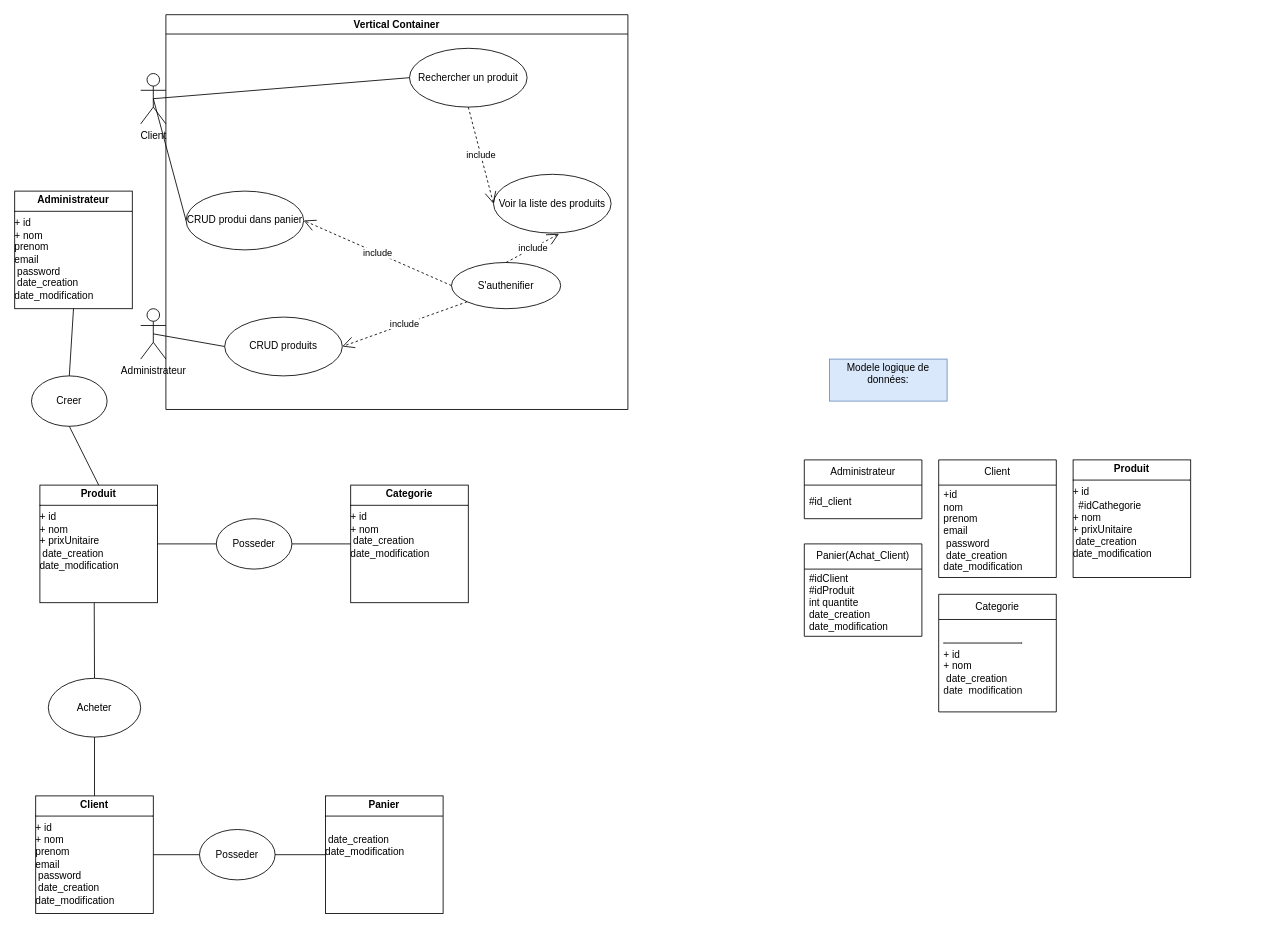
Before: autres/diagrammes/diagrammes.drawio in jo17-dev/AimeRoad-eShop, a draw.io diagram. Source tidied: cells renumbered, new cells numbered last; positions are measured from the earlier drawing's top-left corner, leaving out a move shared by most shapes. Both pictures are drawn from the tidied source at 84%, with x=0, y=0 at pixel (14, 14).
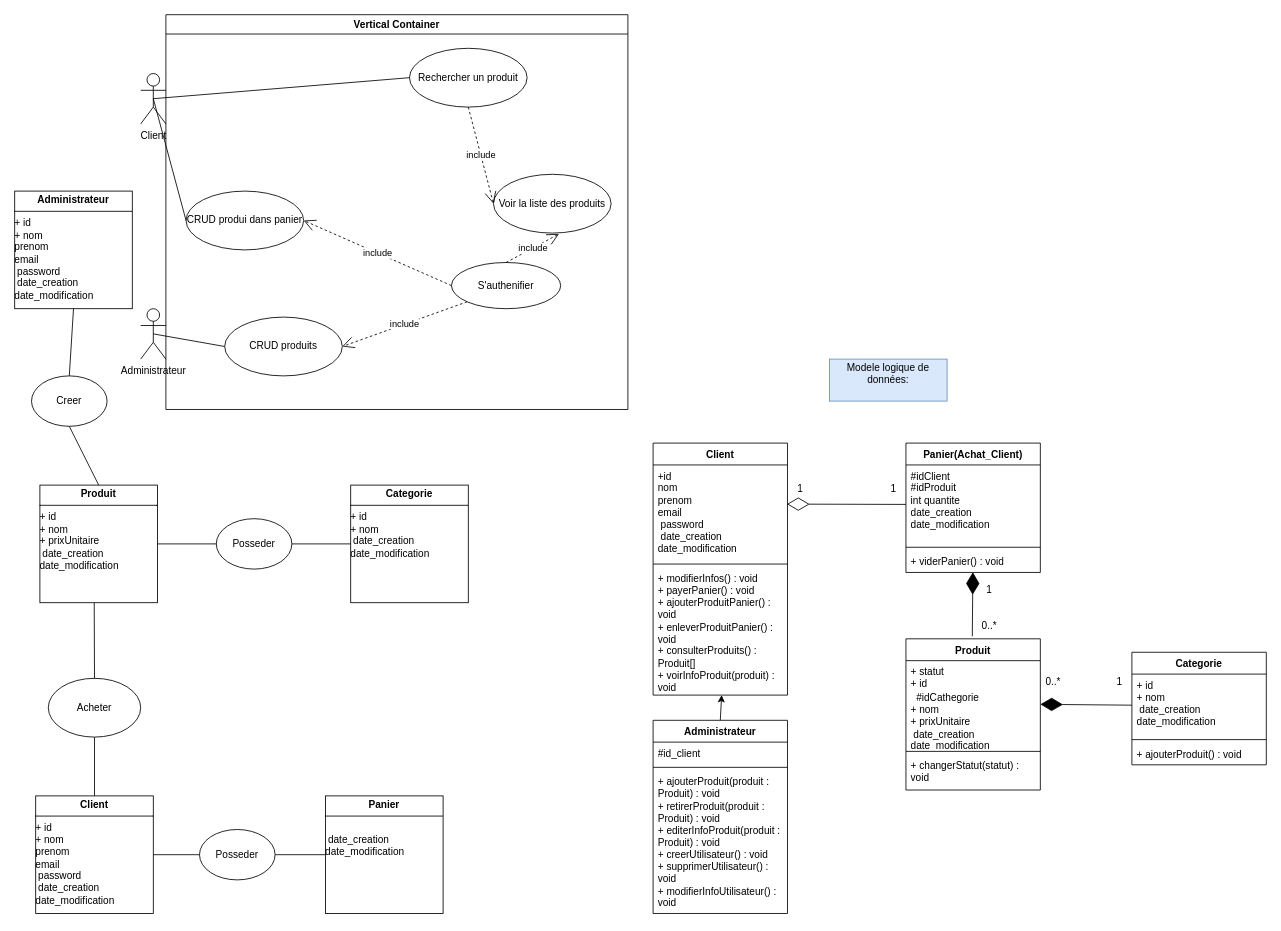
The same diagram, later.

Commit message:
Modif Diagramme classes

Change to the diagram source:
```diff
@@
+    <mxCell id="36" value="Modele logique de données:&lt;div&gt;&lt;br&gt;&lt;/div&gt;" style="text;html=1;align=center;verticalAlign=middle;whiteSpace=wrap;rounded=0;fillColor=#dae8fc;strokeColor=#6c8ebf;" parent="1" vertex="1">
+      <mxGeometry x="970" y="410" width="140" height="50" as="geometry" />
+    </mxCell>
-    <mxCell id="34" value="Administrateur" style="swimlane;fontStyle=0;horizontal=1;startSize=30;whiteSpace=wrap;html=1;" parent="1" vertex="1">
-      <mxGeometry x="940" y="530" width="140" height="70" as="geometry" />
+    <mxCell id="34" value="Administrateur" style="swimlane;fontStyle=1;align=center;verticalAlign=top;horizontal=1;startSize=26;whiteSpace=wrap;html=1;" parent="1" vertex="1">
+      <mxGeometry x="760" y="840" width="160" height="230" as="geometry" />
     </mxCell>
-    <mxCell id="35" value="#id_client" style="text;strokeColor=none;fillColor=none;align=left;verticalAlign=middle;spacingLeft=4;spacingRight=4;overflow=hidden;whiteSpace=wrap;html=1;" parent="34" vertex="1">
-      <mxGeometry y="30" width="140" height="40" as="geometry" />
+    <mxCell id="35" value="#id_client" style="text;strokeColor=none;fillColor=none;align=left;verticalAlign=top;spacingLeft=4;spacingRight=4;overflow=hidden;whiteSpace=wrap;html=1;" parent="34" vertex="1">
+      <mxGeometry y="26" width="160" height="26" as="geometry" />
     </mxCell>
-    <mxCell id="36" value="Modele logique de données:&lt;div&gt;&lt;br&gt;&lt;/div&gt;" style="text;html=1;align=center;verticalAlign=middle;whiteSpace=wrap;rounded=0;fillColor=#dae8fc;strokeColor=#6c8ebf;" parent="1" vertex="1">
-      <mxGeometry x="970" y="410" width="140" height="50" as="geometry" />
-    </mxCell>
+    <mxCell id="44" style="line;strokeWidth=1;fillColor=none;align=left;verticalAlign=middle;spacingTop=-1;spacingLeft=3;spacingRight=3;labelPosition=right;strokeColor=inherit;" parent="34" vertex="1">
+      <mxGeometry y="52" width="160" height="8" as="geometry" />
+    </mxCell>
+    <mxCell id="45" value="+ ajouterProduit(produit : Produit) : void&lt;div&gt;+ retirerProduit(produit : Produit) : void&lt;/div&gt;&lt;div&gt;+ editerInfoProduit(produit : Produit) : void&lt;/div&gt;&lt;div&gt;+ creerUtilisateur() : void&lt;/div&gt;&lt;div&gt;+ supprimerUtilisateur() : void&lt;/div&gt;&lt;div&gt;+ modifierInfoUtilisateur() : void&lt;br&gt;&lt;div&gt;&lt;br&gt;&lt;div&gt;&lt;br&gt;&lt;/div&gt;&lt;/div&gt;&lt;/div&gt;" style="text;strokeColor=none;fillColor=none;align=left;verticalAlign=top;spacingLeft=4;spacingRight=4;overflow=hidden;whiteSpace=wrap;html=1;" parent="34" vertex="1">
+      <mxGeometry y="60" width="160" height="170" as="geometry" />
+    </mxCell>
-    <mxCell id="37" value="Client" style="swimlane;fontStyle=0;horizontal=1;startSize=30;whiteSpace=wrap;html=1;" parent="1" vertex="1">
-      <mxGeometry x="1100" y="530" width="140" height="140" as="geometry" />
+    <mxCell id="37" value="Client&lt;div&gt;&lt;br&gt;&lt;/div&gt;" style="swimlane;fontStyle=1;align=center;verticalAlign=top;horizontal=1;startSize=26;whiteSpace=wrap;html=1;" parent="1" vertex="1">
+      <mxGeometry x="760" y="510" width="160" height="300" as="geometry" />
     </mxCell>
-    <mxCell id="38" value="+id&lt;br&gt;nom&lt;br&gt;prenom&lt;br&gt;email&lt;br&gt;&amp;nbsp;password&lt;br&gt;&amp;nbsp;date_creation&lt;br&gt;date_modification" style="text;strokeColor=none;fillColor=none;align=left;verticalAlign=middle;spacingLeft=4;spacingRight=4;overflow=hidden;points=[[0,0.5],[1,0.5]];portConstraint=eastwest;whiteSpace=wrap;html=1;" parent="37" vertex="1">
-      <mxGeometry y="30" width="140" height="110" as="geometry" />
+    <mxCell id="38" value="+id&lt;br&gt;nom&lt;br&gt;prenom&lt;br&gt;email&lt;br&gt;&amp;nbsp;password&lt;br&gt;&amp;nbsp;date_creation&lt;br&gt;date_modification&lt;div&gt;&lt;br&gt;&lt;/div&gt;" style="text;strokeColor=none;fillColor=none;align=left;verticalAlign=top;spacingLeft=4;spacingRight=4;overflow=hidden;points=[[0,0.5],[1,0.5]];portConstraint=eastwest;whiteSpace=wrap;html=1;" parent="37" vertex="1">
+      <mxGeometry y="26" width="160" height="114" as="geometry" />
     </mxCell>
-    <mxCell id="39" value="&lt;p style=&quot;margin:0px;margin-top:4px;text-align:center;&quot;&gt;&lt;b&gt;Produit&lt;/b&gt;&lt;/p&gt;&lt;hr size=&quot;1&quot; style=&quot;border-style:solid;&quot;&gt;&lt;div style=&quot;height:2px;&quot;&gt;+ id&lt;/div&gt;&lt;div style=&quot;height:2px;&quot;&gt;&lt;br&gt;&amp;nbsp; #idCathegorie&lt;br&gt;+ nom&lt;br&gt;+ prixUnitaire&lt;br&gt;&amp;nbsp;date_creation&lt;br&gt;date_modification&lt;/div&gt;" style="verticalAlign=top;align=left;overflow=fill;html=1;whiteSpace=wrap;" parent="1" vertex="1">
-      <mxGeometry x="1260" y="530" width="140" height="140" as="geometry" />
-    </mxCell>
+    <mxCell id="46" style="line;strokeWidth=1;fillColor=none;align=left;verticalAlign=middle;spacingTop=-1;spacingLeft=3;spacingRight=3;labelPosition=right;strokeColor=inherit;" parent="37" vertex="1">
+      <mxGeometry y="140" width="160" height="8" as="geometry" />
+    </mxCell>
+    <mxCell id="47" value="+ modifierInfos() : void&lt;div&gt;+ payerPanier() : void&lt;/div&gt;&lt;div&gt;+ ajouterProduitPanier() : void&lt;/div&gt;&lt;div&gt;+ enleverProduitPanier() : void&lt;/div&gt;&lt;div&gt;+ consulterProduits() : Produit[]&lt;/div&gt;&lt;div&gt;+ voirInfoProduit(produit) : void&lt;/div&gt;" style="text;strokeColor=none;fillColor=none;align=left;verticalAlign=top;spacingLeft=4;spacingRight=4;overflow=hidden;points=[[0,0.5],[1,0.5]];portConstraint=eastwest;whiteSpace=wrap;html=1;" parent="37" vertex="1">
+      <mxGeometry y="148" width="160" height="152" as="geometry" />
+    </mxCell>
+    <mxCell id="42" value="Categorie" style="swimlane;fontStyle=1;align=center;verticalAlign=top;horizontal=1;startSize=26;whiteSpace=wrap;html=1;" parent="1" vertex="1">
+      <mxGeometry x="1330" y="759" width="160" height="134" as="geometry" />
+    </mxCell>
+    <mxCell id="43" value="+ id&lt;br&gt;+ nom&lt;br&gt;&amp;nbsp;date_creation&lt;br&gt;date_modification" style="text;strokeColor=none;fillColor=none;align=left;verticalAlign=top;spacingLeft=4;spacingRight=4;overflow=hidden;points=[[0,0.5],[1,0.5]];portConstraint=eastwest;whiteSpace=wrap;html=1;" parent="42" vertex="1">
+      <mxGeometry y="26" width="160" height="74" as="geometry" />
+    </mxCell>
+    <mxCell id="48" style="line;strokeWidth=1;fillColor=none;align=left;verticalAlign=middle;spacingTop=-1;spacingLeft=3;spacingRight=3;labelPosition=right;strokeColor=inherit;" parent="42" vertex="1">
+      <mxGeometry y="100" width="160" height="8" as="geometry" />
+    </mxCell>
+    <mxCell id="49" value="+ ajouterProduit() : void" style="text;strokeColor=none;fillColor=none;align=left;verticalAlign=top;spacingLeft=4;spacingRight=4;overflow=hidden;whiteSpace=wrap;html=1;" parent="42" vertex="1">
+      <mxGeometry y="108" width="160" height="26" as="geometry" />
+    </mxCell>
-    <mxCell id="40" value="Panier(Achat_Client)" style="swimlane;fontStyle=0;horizontal=1;startSize=30;whiteSpace=wrap;html=1;" parent="1" vertex="1">
-      <mxGeometry x="940" y="630" width="140" height="110" as="geometry" />
+    <mxCell id="40" value="Panier(Achat_Client)" style="swimlane;fontStyle=1;align=center;verticalAlign=top;horizontal=1;startSize=26;whiteSpace=wrap;html=1;" parent="1" vertex="1">
+      <mxGeometry x="1061" y="510" width="160" height="154" as="geometry" />
     </mxCell>
-    <mxCell id="41" value="&lt;div&gt;#idClient&lt;/div&gt;&lt;div&gt;#idProduit&lt;br&gt;int quantite&lt;/div&gt;date_creation&lt;br&gt;date_modification" style="text;strokeColor=none;fillColor=none;align=left;verticalAlign=middle;spacingLeft=4;spacingRight=4;overflow=hidden;points=[[0,0.5],[1,0.5]];portConstraint=eastwest;whiteSpace=wrap;html=1;" parent="40" vertex="1">
-      <mxGeometry y="30" width="140" height="80" as="geometry" />
+    <mxCell id="41" value="&lt;div&gt;#idClient&lt;/div&gt;&lt;div&gt;#idProduit&lt;br&gt;int quantite&lt;/div&gt;date_creation&lt;br&gt;date_modification" style="text;strokeColor=none;fillColor=none;align=left;verticalAlign=top;spacingLeft=4;spacingRight=4;overflow=hidden;points=[[0,0.5],[1,0.5]];portConstraint=eastwest;whiteSpace=wrap;html=1;" parent="40" vertex="1">
+      <mxGeometry y="26" width="160" height="94" as="geometry" />
     </mxCell>
-    <mxCell id="42" value="Categorie" style="swimlane;fontStyle=0;horizontal=1;startSize=30;whiteSpace=wrap;html=1;" parent="1" vertex="1">
-      <mxGeometry x="1100" y="690" width="140" height="140" as="geometry" />
-    </mxCell>
-    <mxCell id="43" value="&lt;hr style=&quot;border-style: solid;&quot; size=&quot;1&quot;&gt;&lt;div style=&quot;height: 2px;&quot;&gt;+ id&lt;br&gt;+ nom&lt;br&gt;&amp;nbsp;date_creation&lt;br&gt;date_modification&lt;/div&gt;" style="text;strokeColor=none;fillColor=none;align=left;verticalAlign=middle;spacingLeft=4;spacingRight=4;overflow=hidden;points=[[0,0.5],[1,0.5]];portConstraint=eastwest;whiteSpace=wrap;html=1;" parent="42" vertex="1">
-      <mxGeometry y="30" width="140" height="110" as="geometry" />
-    </mxCell>
+    <mxCell id="50" style="line;strokeWidth=1;fillColor=none;align=left;verticalAlign=middle;spacingTop=-1;spacingLeft=3;spacingRight=3;labelPosition=right;strokeColor=inherit;" parent="40" vertex="1">
+      <mxGeometry y="120" width="160" height="8" as="geometry" />
+    </mxCell>
+    <mxCell id="51" value="+ viderPanier() : void" style="text;strokeColor=none;fillColor=none;align=left;verticalAlign=top;spacingLeft=4;spacingRight=4;overflow=hidden;points=[[0,0.5],[1,0.5]];portConstraint=eastwest;whiteSpace=wrap;html=1;" parent="40" vertex="1">
+      <mxGeometry y="128" width="160" height="26" as="geometry" />
+    </mxCell>
+    <mxCell id="52" value="Produit" style="swimlane;fontStyle=1;align=center;verticalAlign=top;horizontal=1;startSize=26;whiteSpace=wrap;html=1;" parent="1" vertex="1">
+      <mxGeometry x="1061" y="743" width="160" height="180" as="geometry" />
+    </mxCell>
+    <mxCell id="53" value="&lt;div style=&quot;height: 2px;&quot;&gt;+ statut&lt;/div&gt;&lt;div style=&quot;height: 2px;&quot;&gt;&lt;br&gt;&lt;/div&gt;&lt;div style=&quot;height: 2px;&quot;&gt;&lt;br&gt;&lt;/div&gt;&lt;div style=&quot;height: 2px;&quot;&gt;&lt;br&gt;&lt;/div&gt;&lt;div style=&quot;height: 2px;&quot;&gt;&lt;br&gt;&lt;/div&gt;&lt;div style=&quot;height: 2px;&quot;&gt;&lt;br&gt;&lt;/div&gt;&lt;div style=&quot;height: 2px;&quot;&gt;&lt;br&gt;&lt;/div&gt;&lt;div style=&quot;height: 2px;&quot;&gt;+ id&lt;/div&gt;&lt;div style=&quot;height: 2px;&quot;&gt;&lt;br&gt;&amp;nbsp; #idCathegorie&lt;br&gt;+ nom&lt;br&gt;+ prixUnitaire&lt;br&gt;&amp;nbsp;date_creation&lt;br&gt;date_modification&lt;/div&gt;" style="text;strokeColor=none;fillColor=none;align=left;verticalAlign=top;spacingLeft=4;spacingRight=4;overflow=hidden;points=[[0,0.5],[1,0.5]];portConstraint=eastwest;whiteSpace=wrap;html=1;" parent="52" vertex="1">
+      <mxGeometry y="26" width="160" height="104" as="geometry" />
+    </mxCell>
+    <mxCell id="54" style="line;strokeWidth=1;fillColor=none;align=left;verticalAlign=middle;spacingTop=-1;spacingLeft=3;spacingRight=3;labelPosition=right;strokeColor=inherit;" parent="52" vertex="1">
+      <mxGeometry y="130" width="160" height="8" as="geometry" />
+    </mxCell>
+    <mxCell id="55" value="+ changerStatut(statut) : void&amp;nbsp;" style="text;strokeColor=none;fillColor=none;align=left;verticalAlign=top;spacingLeft=4;spacingRight=4;overflow=hidden;whiteSpace=wrap;html=1;" parent="52" vertex="1">
+      <mxGeometry y="138" width="160" height="42" as="geometry" />
+    </mxCell>
+    <mxCell id="56" style="endArrow=classic;html=1;rounded=0;exitX=0.5;exitY=0;exitDx=0;exitDy=0;entryX=0.51;entryY=1;entryDx=0;entryDy=0;entryPerimeter=0;" parent="1" edge="1" source="34" target="47">
+      <mxGeometry relative="1" as="geometry" />
+    </mxCell>
+    <mxCell id="57" style="endArrow=diamondThin;endFill=0;endSize=24;html=1;rounded=0;exitX=0;exitY=0.5;exitDx=0;exitDy=0;entryX=0.996;entryY=0.409;entryDx=0;entryDy=0;entryPerimeter=0;" parent="1" edge="1" source="41" target="38">
+      <mxGeometry relative="1" as="geometry" />
+    </mxCell>
+    <mxCell id="58" value="1" style="text;html=1;align=center;verticalAlign=middle;strokeColor=none;fillColor=none;" parent="1" vertex="1">
+      <mxGeometry x="1031" y="550" width="30" height="30" as="geometry" />
+    </mxCell>
+    <mxCell id="59" value="1" style="text;html=1;align=center;verticalAlign=middle;strokeColor=none;fillColor=none;" parent="1" vertex="1">
+      <mxGeometry x="920" y="550" width="30" height="30" as="geometry" />
+    </mxCell>
+    <mxCell id="60" style="endArrow=diamondThin;endFill=1;endSize=24;html=1;rounded=0;entryX=1;entryY=0.5;entryDx=0;entryDy=0;exitX=0;exitY=0.5;exitDx=0;exitDy=0;" parent="1" edge="1" source="43" target="53">
+      <mxGeometry relative="1" as="geometry" />
+    </mxCell>
+    <mxCell id="61" value="0..*" style="text;html=1;align=center;verticalAlign=middle;strokeColor=none;fillColor=none;" parent="1" vertex="1">
+      <mxGeometry x="1216" y="780" width="40" height="30" as="geometry" />
+    </mxCell>
+    <mxCell id="62" value="1" style="text;html=1;align=center;verticalAlign=middle;strokeColor=none;fillColor=none;" parent="1" vertex="1">
+      <mxGeometry x="1300" y="780" width="30" height="30" as="geometry" />
+    </mxCell>
+    <mxCell id="63" style="endArrow=diamondThin;endFill=1;endSize=24;html=1;rounded=0;entryX=0.498;entryY=0.987;entryDx=0;entryDy=0;entryPerimeter=0;" parent="1" edge="1" target="51">
+      <mxGeometry relative="1" as="geometry">
+        <mxPoint x="1140" y="740" as="sourcePoint" />
+      </mxGeometry>
+    </mxCell>
+    <mxCell id="64" value="0..*" style="text;html=1;align=center;verticalAlign=middle;strokeColor=none;fillColor=none;" parent="1" vertex="1">
+      <mxGeometry x="1140" y="713" width="40" height="30" as="geometry" />
+    </mxCell>
+    <mxCell id="65" value="1" style="text;html=1;align=center;verticalAlign=middle;strokeColor=none;fillColor=none;" parent="1" vertex="1">
+      <mxGeometry x="1145" y="670" width="30" height="30" as="geometry" />
+    </mxCell>
```
